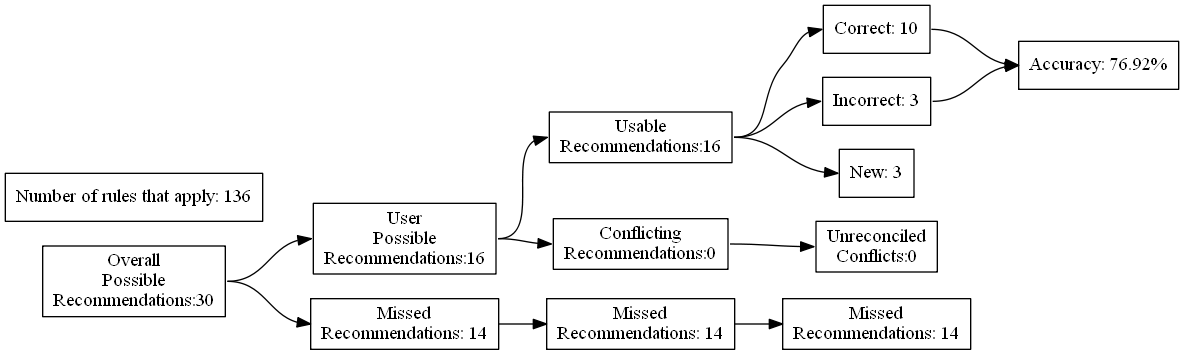
Above: test_renders/22.gv.png in ZaxR/ibd_diet_analysis (Graphviz), before the change. Its source is kept beside it as test_renders/22.gv.
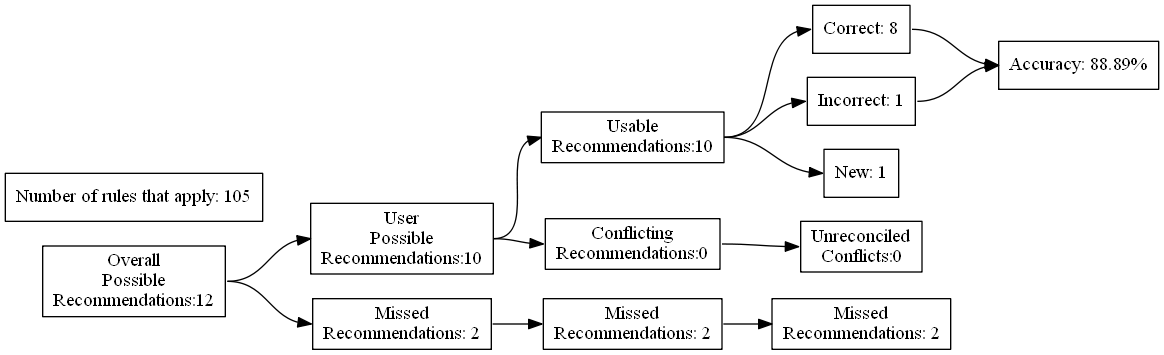
Later version of the same file.

What changed in the source:
```diff
@@ -4,27 +4,27 @@
 	edge [headport=w tailport=e]
 		A [label="Overall
 Possible
-Recommendations:30"]
+Recommendations:12"]
 		B [label="User
 Possible
-Recommendations:16"]
+Recommendations:10"]
 		C [label="Missed
-Recommendations: 14"]
+Recommendations: 2"]
 		D [label="Usable
-Recommendations:16"]
+Recommendations:10"]
 		E [label="Conflicting
 Recommendations:0"]
 		J [label="Missed
-Recommendations: 14"]
+Recommendations: 2"]
 		M [label="Unreconciled
 Conflicts:0"]
-		F [label="Correct: 10"]
-		G [label="Incorrect: 3"]
-		H [label="New: 3"]
+		F [label="Correct: 8"]
+		G [label="Incorrect: 1"]
+		H [label="New: 1"]
 		K [label="Missed
-Recommendations: 14"]
-		I [label="Accuracy: 76.92%"]
-		l [label="Number of rules that apply: 136"]
+Recommendations: 2"]
+		I [label="Accuracy: 88.89%"]
+		l [label="Number of rules that apply: 105"]
 			A -> B
 			A -> C
 			B -> D
```
